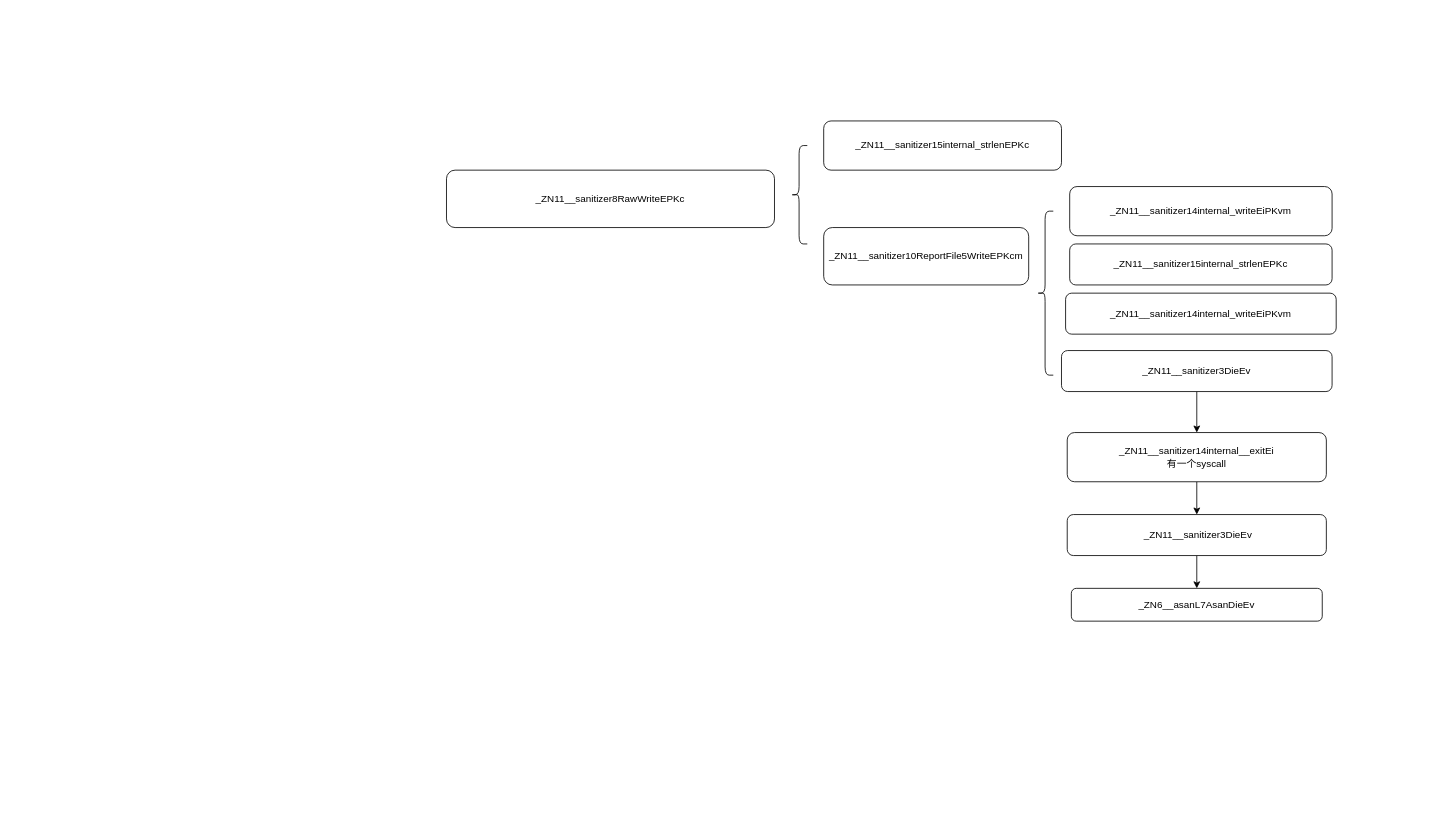
Above: MindMap/未命名绘图.drawio in hourhl/Draw-io (draw.io), before the change. Source tidied: cells renumbered, new cells numbered last; positions are measured from the earlier drawing's top-left corner, leaving out a move shared by most shapes. Both pictures are drawn from the tidied source at 82%, with x=0, y=0 at pixel (446, 121).
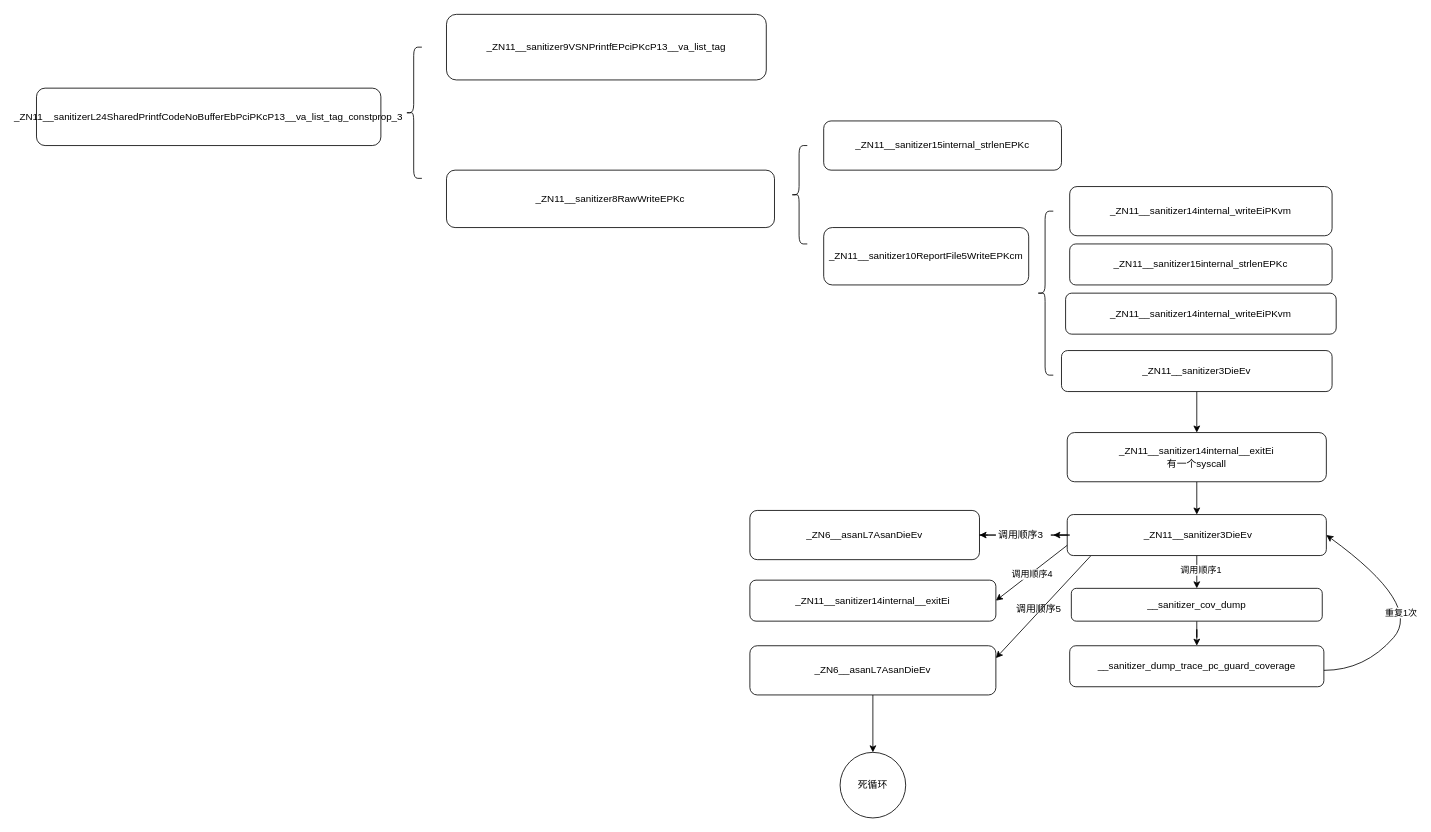
The same diagram, later.

Commit message:
更新未命名绘图.drawio

The change refers to these unchanged cells:
```xml
<mxCell id="11" style="edgeStyle=orthogonalEdgeStyle;rounded=0;jettySize=auto;html=1;" parent="1" edge="1" source="12" target="13">
  <mxGeometry relative="1" as="geometry" />
</mxCell>
<mxCell id="12" value="&amp;nbsp;_ZN11__sanitizer3DieEv" style="rounded=1;whiteSpace=wrap;html=1;" parent="1" vertex="1">
  <mxGeometry x="757" y="480" width="316" height="50" as="geometry" />
</mxCell>
```

The edit, as a diff of the source:
```diff
@@
+    <mxCell id="17" value="调用顺序1" style="edgeLabel;html=1;align=center;verticalAlign=middle;" parent="11" vertex="1">
+      <mxGeometry x="-0.17" y="4" relative="1" as="geometry" />
+    </mxCell>
+    <mxCell id="18" style="edgeStyle=orthogonalEdgeStyle;rounded=0;jettySize=auto;html=1;" parent="1" edge="1" source="25" target="23">
+      <mxGeometry relative="1" as="geometry" />
+    </mxCell>
@@
+    <mxCell id="19" style="edgeStyle=orthogonalEdgeStyle;rounded=0;jettySize=auto;html=1;" parent="1" edge="1" source="13" target="20">
+      <mxGeometry relative="1" as="geometry" />
+    </mxCell>
-    <mxCell id="13" value="_ZN6__asanL7AsanDieEv" style="rounded=1;whiteSpace=wrap;html=1;" parent="1" vertex="1">
+    <mxCell id="13" value="__sanitizer_cov_dump" style="rounded=1;whiteSpace=wrap;html=1;" parent="1" vertex="1">
       <mxGeometry x="762" y="570" width="306" height="40" as="geometry" />
     </mxCell>
@@
+    <mxCell id="20" value="__sanitizer_dump_trace_pc_guard_coverage" style="rounded=1;whiteSpace=wrap;html=1;" parent="1" vertex="1">
+      <mxGeometry x="760" y="640" width="310" height="50" as="geometry" />
+    </mxCell>
+    <mxCell id="21" style="curved=1;endArrow=classic;html=1;rounded=0;entryX=1;entryY=0.5;entryDx=0;entryDy=0;" parent="1" edge="1" target="12">
+      <mxGeometry relative="1" as="geometry">
+        <mxPoint x="1070" y="670" as="sourcePoint" />
+        <Array as="points">
+          <mxPoint x="1120" y="670" />
+          <mxPoint x="1190" y="590" />
+        </Array>
+      </mxGeometry>
+    </mxCell>
+    <mxCell id="22" value="重复1次" style="edgeLabel;html=1;align=center;verticalAlign=middle;" parent="21" vertex="1">
+      <mxGeometry x="-0.13" y="14" relative="1" as="geometry">
+        <mxPoint x="1" as="offset" />
+      </mxGeometry>
+    </mxCell>
+    <mxCell id="23" value="_ZN6__asanL7AsanDieEv" style="rounded=1;whiteSpace=wrap;html=1;" parent="1" vertex="1">
+      <mxGeometry x="370" y="475" width="280" height="60" as="geometry" />
+    </mxCell>
+    <mxCell id="24" style="edgeStyle=orthogonalEdgeStyle;rounded=0;jettySize=auto;html=1;" parent="1" edge="1" source="12" target="25">
+      <mxGeometry relative="1" as="geometry" />
+    </mxCell>
+    <mxCell id="25" value="调用顺序3" style="text;html=1;align=center;verticalAlign=middle;points=[];strokeColor=none;fillColor=none;" parent="1" vertex="1">
+      <mxGeometry x="660" y="490" width="80" height="30" as="geometry" />
+    </mxCell>
+    <mxCell id="26" value="_ZN11__sanitizer14internal__exitEi" style="rounded=1;whiteSpace=wrap;html=1;" parent="1" vertex="1">
+      <mxGeometry x="370" y="560" width="300" height="50" as="geometry" />
+    </mxCell>
+    <mxCell id="27" style="endArrow=classic;html=1;rounded=0;exitX=0;exitY=0.75;exitDx=0;exitDy=0;entryX=1;entryY=0.5;entryDx=0;entryDy=0;" parent="1" edge="1" source="12" target="26">
+      <mxGeometry relative="1" as="geometry" />
+    </mxCell>
+    <mxCell id="28" value="调用顺序4" style="edgeLabel;html=1;align=center;verticalAlign=middle;" parent="27" vertex="1">
+      <mxGeometry x="0.02" y="1" relative="1" as="geometry" />
+    </mxCell>
+    <mxCell id="29" style="edgeStyle=orthogonalEdgeStyle;rounded=0;jettySize=auto;html=1;" parent="1" edge="1" source="30" target="33">
+      <mxGeometry relative="1" as="geometry" />
+    </mxCell>
+    <mxCell id="30" value="_ZN6__asanL7AsanDieEv" style="rounded=1;whiteSpace=wrap;html=1;" parent="1" vertex="1">
+      <mxGeometry x="370" y="640" width="300" height="60" as="geometry" />
+    </mxCell>
+    <mxCell id="31" style="endArrow=classic;html=1;rounded=0;exitX=0.09;exitY=1.013;exitDx=0;exitDy=0;exitPerimeter=0;entryX=1;entryY=0.25;entryDx=0;entryDy=0;" parent="1" edge="1" source="12" target="30">
+      <mxGeometry relative="1" as="geometry" />
+    </mxCell>
+    <mxCell id="32" value="调用顺序5" style="text;html=1;align=center;verticalAlign=middle;strokeColor=none;fillColor=none;" parent="1" vertex="1">
+      <mxGeometry x="682" y="580" width="80" height="30" as="geometry" />
+    </mxCell>
+    <mxCell id="33" value="死循环" style="ellipse;whiteSpace=wrap;html=1;rounded=1;" parent="1" vertex="1">
+      <mxGeometry x="480" y="770" width="80" height="80" as="geometry" />
+    </mxCell>
+    <mxCell id="34" value="_ZN11__sanitizerL24SharedPrintfCodeNoBufferEbPciPKcP13__va_list_tag_constprop_3" style="rounded=1;whiteSpace=wrap;html=1;" parent="1" vertex="1">
+      <mxGeometry x="-500" y="-40" width="420" height="70" as="geometry" />
+    </mxCell>
+    <mxCell id="35" value="_ZN11__sanitizer9VSNPrintfEPciPKcP13__va_list_tag" style="rounded=1;whiteSpace=wrap;html=1;" parent="1" vertex="1">
+      <mxGeometry y="-130" width="390" height="80" as="geometry" />
+    </mxCell>
+    <mxCell id="36" style="shape=curlyBracket;whiteSpace=wrap;html=1;rounded=1;labelPosition=left;verticalLabelPosition=middle;align=right;verticalAlign=middle;" parent="1" vertex="1">
+      <mxGeometry x="-50" y="-90" width="20" height="160" as="geometry" />
+    </mxCell>
```
